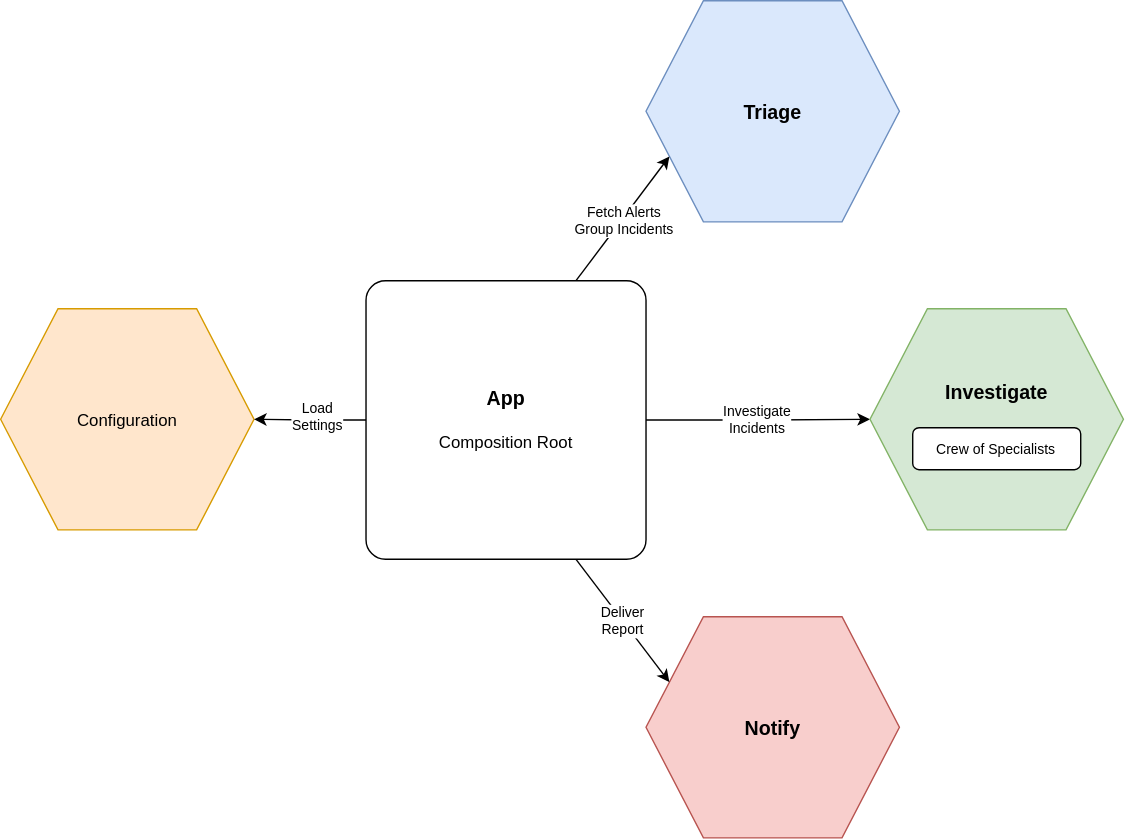
Above: docs/diagrams/overview.drawio.svg in EduardoFLima/alert-triage (draw.io), before the change. Source tidied: cells renumbered, new cells last; positions are measured from the earlier drawing's top-left corner, leaving out a move shared by most shapes.
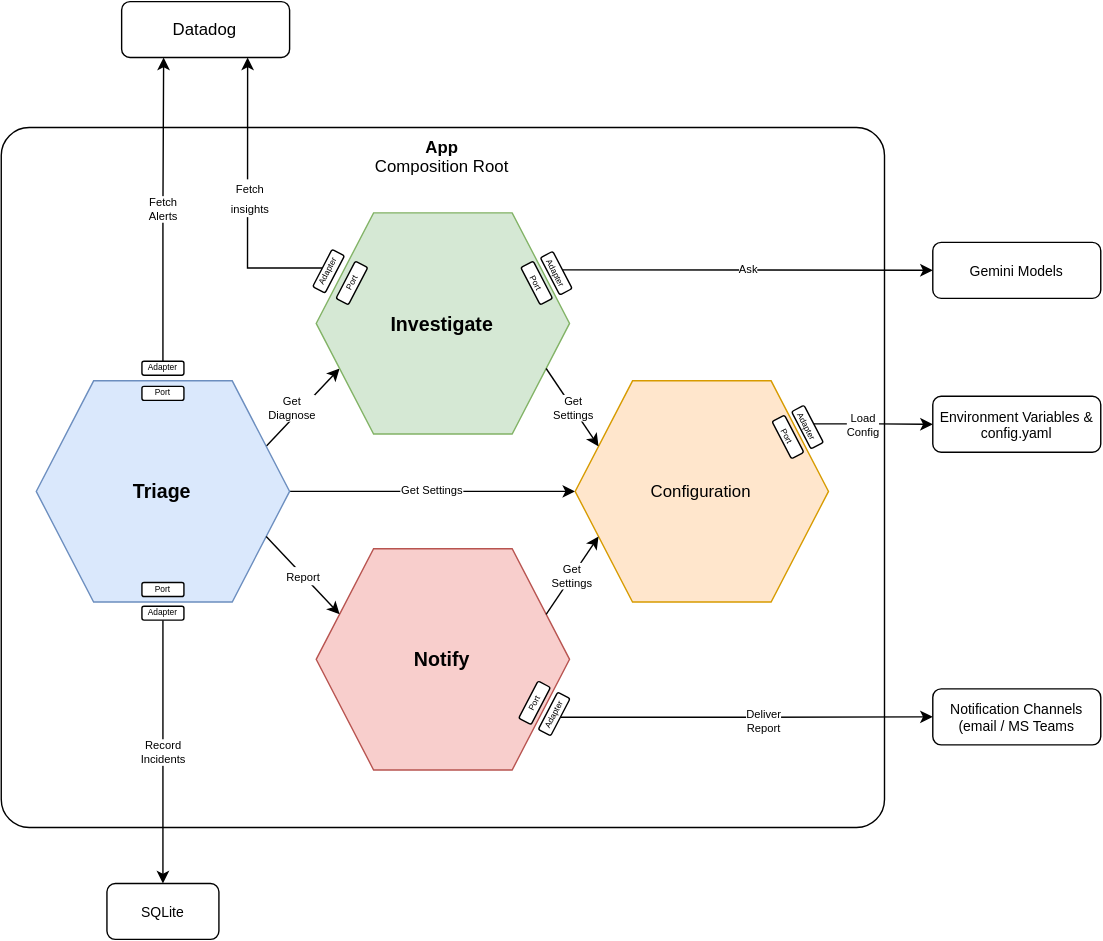
The same file after the commit.

Diff of the diagram source:
```diff
@@ -2,44 +2,129 @@
   <root>
     <mxCell id="0" />
     <mxCell id="1" parent="0" />
-    <mxCell id="2" value="Triage" style="shape=hexagon;perimeter=hexagonPerimeter2;whiteSpace=wrap;html=1;shapeInside=1;fixedSize=1;size=41;fontSize=14;fontStyle=1;fillColor=#dae8fc;strokeColor=#6c8ebf;" parent="1" vertex="1">
-      <mxGeometry x="461" width="181" height="158" as="geometry" />
+    <mxCell id="2" value="&lt;b&gt;App&lt;br&gt;&lt;/b&gt;Composition Root" style="rounded=1;whiteSpace=wrap;html=1;verticalAlign=top;strokeColor=default;fillColor=none;arcSize=4;" parent="1" vertex="1">
+      <mxGeometry x="461" width="631" height="500" as="geometry" />
     </mxCell>
-    <mxCell id="3" value="Notify" style="shape=hexagon;perimeter=hexagonPerimeter2;whiteSpace=wrap;html=1;shapeInside=1;fixedSize=1;size=41;fontSize=14;fontStyle=1;fillColor=#f8cecc;strokeColor=#b85450;" parent="1" vertex="1">
-      <mxGeometry x="461" y="440" width="181" height="158" as="geometry" />
+    <mxCell id="3" style="rounded=0;jettySize=auto;html=1;entryX=0;entryY=0.75;entryDx=0;entryDy=0;exitX=1;exitY=0.25;exitDx=0;exitDy=0;" parent="1" edge="1" source="8" target="13">
+      <mxGeometry relative="1" as="geometry" />
     </mxCell>
-    <mxCell id="4" value="Configuration" style="shape=hexagon;perimeter=hexagonPerimeter2;whiteSpace=wrap;html=1;shapeInside=1;fixedSize=1;size=41;fillColor=#ffe6cc;strokeColor=#d79b00;" parent="1" vertex="1">
-      <mxGeometry y="220" width="181" height="158" as="geometry" />
+    <mxCell id="4" value="&lt;div&gt;Get&lt;/div&gt;&lt;div&gt;&lt;span style=&quot;background-color: light-dark(#ffffff, var(--ge-dark-color, #121212)); color: light-dark(rgb(0, 0, 0), rgb(255, 255, 255));&quot;&gt;Diagnose&lt;/span&gt;&lt;/div&gt;" style="edgeLabel;html=1;align=center;verticalAlign=middle;points=[];fontSize=8;" parent="3" vertex="1">
+      <mxGeometry x="0.03" y="-1" relative="1" as="geometry">
+        <mxPoint x="-11" as="offset" />
+      </mxGeometry>
     </mxCell>
-    <mxCell id="5" style="edgeStyle=orthogonalEdgeStyle;rounded=0;jettySize=auto;html=1;entryX=1;entryY=0.5;entryDx=0;entryDy=0;exitX=0;exitY=0.5;exitDx=0;exitDy=0;" parent="1" edge="1" source="14" target="4">
+    <mxCell id="5" value="&lt;font&gt;Get Settings&lt;/font&gt;" style="edgeStyle=orthogonalEdgeStyle;rounded=0;jettySize=auto;html=1;fontSize=8;" parent="1" edge="1" source="8" target="20">
       <mxGeometry relative="1" as="geometry" />
     </mxCell>
-    <mxCell id="6" value="Load&lt;br&gt;Settings" style="edgeLabel;html=1;align=center;verticalAlign=middle;fontSize=10;" parent="5" vertex="1">
-      <mxGeometry x="-0.12" y="-3" relative="1" as="geometry" />
+    <mxCell id="6" value="Fetch&lt;br&gt;Alerts" style="edgeStyle=orthogonalEdgeStyle;rounded=0;jettySize=auto;html=1;fontSize=8;entryX=0.25;entryY=1;entryDx=0;entryDy=0;exitX=0.5;exitY=0;exitDx=0;exitDy=0;" parent="1" edge="1" source="34" target="23">
+      <mxGeometry relative="1" as="geometry" />
     </mxCell>
-    <mxCell id="7" style="rounded=0;jettySize=auto;html=1;entryX=0;entryY=0.75;entryDx=0;entryDy=0;exitX=0.75;exitY=0;exitDx=0;exitDy=0;" parent="1" edge="1" source="14" target="2">
+    <mxCell id="7" value="Record&lt;br&gt;Incidents" style="edgeStyle=orthogonalEdgeStyle;rounded=0;jettySize=auto;html=1;entryX=0.5;entryY=0;entryDx=0;entryDy=0;fontSize=8;exitX=0.5;exitY=1;exitDx=0;exitDy=0;" parent="1" edge="1" source="35" target="30">
       <mxGeometry relative="1" as="geometry" />
     </mxCell>
-    <mxCell id="8" value="Fetch Alerts&lt;br&gt;Group Incidents" style="edgeLabel;html=1;align=center;verticalAlign=middle;points=[];fontSize=10;" parent="7" vertex="1">
-      <mxGeometry x="-0.02" y="-1" relative="1" as="geometry" />
+    <mxCell id="8" value="Triage" style="shape=hexagon;perimeter=hexagonPerimeter2;whiteSpace=wrap;html=1;shapeInside=1;fixedSize=1;size=41;fontSize=14;fontStyle=1;fillColor=#dae8fc;strokeColor=#6c8ebf;" parent="1" vertex="1">
+      <mxGeometry x="486" y="180.9" width="181" height="158" as="geometry" />
     </mxCell>
-    <mxCell id="9" value="&lt;font&gt;Investigate&lt;br&gt;Incidents&lt;/font&gt;" style="edgeStyle=orthogonalEdgeStyle;rounded=0;jettySize=auto;html=1;exitX=1;exitY=0.5;exitDx=0;exitDy=0;fontSize=10;" parent="1" edge="1" source="14" target="11">
+    <mxCell id="9" style="edgeStyle=orthogonalEdgeStyle;rounded=0;jettySize=auto;html=1;entryX=0;entryY=0.5;entryDx=0;entryDy=0;exitX=0.5;exitY=1;exitDx=0;exitDy=0;" parent="1" edge="1" source="36" target="26">
       <mxGeometry relative="1" as="geometry" />
     </mxCell>
-    <mxCell id="10" style="group;" parent="1" vertex="1">
-      <mxGeometry x="621" y="220" width="181" height="158" as="geometry" />
+    <mxCell id="10" value="Deliver&lt;div&gt;Report&lt;/div&gt;" style="edgeLabel;html=1;align=center;verticalAlign=middle;fontSize=8;" parent="9" vertex="1">
+      <mxGeometry x="0.08" y="-3" relative="1" as="geometry" />
     </mxCell>
-    <mxCell id="11" value="Investigate" style="shape=hexagon;perimeter=hexagonPerimeter2;whiteSpace=wrap;html=1;shapeInside=1;fixedSize=1;size=41;spacingTop=-40;spacing=0;fontSize=14;fontStyle=1;fillColor=#d5e8d4;strokeColor=#82b366;" parent="10" vertex="1">
-      <mxGeometry width="181" height="158" as="geometry" />
+    <mxCell id="11" value="Notify" style="shape=hexagon;perimeter=hexagonPerimeter2;whiteSpace=wrap;html=1;shapeInside=1;fixedSize=1;size=41;fontSize=14;fontStyle=1;fillColor=#f8cecc;strokeColor=#b85450;" parent="1" vertex="1">
+      <mxGeometry x="686" y="300.9" width="181" height="158" as="geometry" />
     </mxCell>
-    <mxCell id="12" value="Crew of Specialists" style="rounded=1;whiteSpace=wrap;html=1;fontSize=10;" parent="10" vertex="1">
-      <mxGeometry x="30.5" y="85" width="120" height="30" as="geometry" />
+    <mxCell id="12" style="group;align=center;verticalAlign=middle;" parent="1" vertex="1">
+      <mxGeometry x="686" y="60.9" width="198" height="158" as="geometry" />
     </mxCell>
-    <mxCell id="13" value="Deliver&lt;br&gt;Report" style="rounded=0;jettySize=auto;html=1;entryX=0;entryY=0.25;entryDx=0;entryDy=0;exitX=0.75;exitY=1;exitDx=0;exitDy=0;fontSize=10;" parent="1" edge="1" source="14" target="3">
-      <mxGeometry relative="1" as="geometry" />
+    <mxCell id="13" value="Investigate" style="shape=hexagon;perimeter=hexagonPerimeter2;whiteSpace=wrap;html=1;shapeInside=1;fixedSize=1;size=41;spacingTop=0;spacing=0;fontSize=14;fontStyle=1;fillColor=#d5e8d4;strokeColor=#82b366;verticalAlign=middle;" parent="12" vertex="1">
+      <mxGeometry width="181" height="158" as="geometry" />
     </mxCell>
-    <mxCell id="14" value="&lt;b&gt;&lt;font style=&quot;font-size: 14px;&quot;&gt;App&lt;/font&gt;&lt;/b&gt;&lt;div&gt;&lt;span style=&quot;font-size: 14px;&quot;&gt;&lt;b&gt;&lt;br&gt;&lt;/b&gt;&lt;/span&gt;Composition Root&lt;/div&gt;" style="rounded=1;whiteSpace=wrap;html=1;arcSize=7;" parent="1" vertex="1">
-      <mxGeometry x="261" y="200" width="200" height="199" as="geometry" />
+    <mxCell id="14" value="Port" style="rounded=1;whiteSpace=wrap;html=1;rotation=62.5;fontSize=6;" parent="12" vertex="1">
+      <mxGeometry x="142.5" y="45.1" width="30" height="10" as="geometry" />
     </mxCell>
+    <mxCell id="15" value="Port" style="rounded=1;whiteSpace=wrap;html=1;rotation=297.5;fontSize=6;" parent="12" vertex="1">
+      <mxGeometry x="10.5" y="45.1" width="30" height="10" as="geometry" />
+    </mxCell>
+    <mxCell id="16" value="Adapter" style="rounded=1;whiteSpace=wrap;html=1;rotation=62.5;fontSize=6;" parent="12" vertex="1">
+      <mxGeometry x="156.5" y="38.1" width="30" height="10" as="geometry" />
+    </mxCell>
+    <mxCell id="17" value="&lt;font style=&quot;font-size: 8px;&quot;&gt;Report&lt;/font&gt;" style="rounded=0;jettySize=auto;html=1;entryX=0;entryY=0.25;entryDx=0;entryDy=0;exitX=1;exitY=0.75;exitDx=0;exitDy=0;" parent="1" edge="1" source="8" target="11">
+      <mxGeometry relative="1" as="geometry" />
+    </mxCell>
+    <mxCell id="18" style="edgeStyle=orthogonalEdgeStyle;rounded=0;jettySize=auto;html=1;entryX=0;entryY=0.5;entryDx=0;entryDy=0;fontSize=8;exitX=0.5;exitY=0;exitDx=0;exitDy=0;" parent="1" edge="1" source="39" target="29">
+      <mxGeometry relative="1" as="geometry" />
+    </mxCell>
+    <mxCell id="19" value="&lt;font&gt;Load&lt;br&gt;Config&lt;/font&gt;" style="edgeLabel;html=1;align=center;verticalAlign=middle;fontSize=8;" parent="18" vertex="1">
+      <mxGeometry x="0.01" y="-2" relative="1" as="geometry">
+        <mxPoint x="-8" y="-2" as="offset" />
+      </mxGeometry>
+    </mxCell>
+    <mxCell id="20" value="Configuration" style="shape=hexagon;perimeter=hexagonPerimeter2;whiteSpace=wrap;html=1;shapeInside=1;fixedSize=1;size=41;fillColor=#ffe6cc;strokeColor=#d79b00;" parent="1" vertex="1">
+      <mxGeometry x="871" y="180.9" width="181" height="158" as="geometry" />
+    </mxCell>
+    <mxCell id="21" value="&lt;font&gt;Get&lt;br&gt;Settings&lt;/font&gt;" style="rounded=0;jettySize=auto;html=1;entryX=0;entryY=0.75;entryDx=0;entryDy=0;exitX=1;exitY=0.25;exitDx=0;exitDy=0;fontSize=8;" parent="1" edge="1" source="11" target="20">
+      <mxGeometry relative="1" as="geometry" />
+    </mxCell>
+    <mxCell id="22" value="&lt;font&gt;Get&lt;br&gt;Settings&lt;/font&gt;" style="rounded=0;jettySize=auto;html=1;entryX=0;entryY=0.25;entryDx=0;entryDy=0;exitX=1;exitY=0.75;exitDx=0;exitDy=0;fontSize=8;" parent="1" edge="1" source="13" target="20">
+      <mxGeometry x="0.01" relative="1" as="geometry" />
+    </mxCell>
+    <mxCell id="23" value="Datadog" style="rounded=1;whiteSpace=wrap;html=1;rotation=0;" parent="1" vertex="1">
+      <mxGeometry x="547" y="-90" width="120" height="40" as="geometry" />
+    </mxCell>
+    <mxCell id="24" style="edgeStyle=orthogonalEdgeStyle;rounded=0;jettySize=auto;html=1;exitX=0.5;exitY=0;exitDx=0;exitDy=0;entryX=0.75;entryY=1;entryDx=0;entryDy=0;" parent="1" edge="1" source="37" target="23">
+      <mxGeometry relative="1" as="geometry">
+        <Array as="points">
+          <mxPoint x="637" y="100.3" />
+        </Array>
+      </mxGeometry>
+    </mxCell>
+    <mxCell id="25" value="&lt;font style=&quot;font-size: 8px;&quot;&gt;Fetch&lt;br&gt;insights&lt;/font&gt;" style="edgeLabel;html=1;align=center;verticalAlign=middle;" parent="24" vertex="1">
+      <mxGeometry x="-0.13" y="2" relative="1" as="geometry">
+        <mxPoint x="3" y="-15" as="offset" />
+      </mxGeometry>
+    </mxCell>
+    <mxCell id="26" value="Notification Channels&lt;br&gt;(email / MS Teams" style="rounded=1;whiteSpace=wrap;html=1;rotation=0;fontSize=10;" parent="1" vertex="1">
+      <mxGeometry x="1126.5" y="401" width="120" height="40" as="geometry" />
+    </mxCell>
+    <mxCell id="27" value="Gemini Models" style="rounded=1;whiteSpace=wrap;html=1;rotation=0;fontSize=10;" parent="1" vertex="1">
+      <mxGeometry x="1126.5" y="82" width="120" height="40" as="geometry" />
+    </mxCell>
+    <mxCell id="28" value="Ask" style="edgeStyle=orthogonalEdgeStyle;rounded=0;jettySize=auto;html=1;exitX=0.5;exitY=0;exitDx=0;exitDy=0;fontSize=8;" parent="1" edge="1" source="16" target="27">
+      <mxGeometry relative="1" as="geometry" />
+    </mxCell>
+    <mxCell id="29" value="Environment Variables &amp;amp; config.yaml" style="rounded=1;whiteSpace=wrap;html=1;rotation=0;fontSize=10;fillColor=default;" parent="1" vertex="1">
+      <mxGeometry x="1126.5" y="192" width="120" height="40" as="geometry" />
+    </mxCell>
+    <mxCell id="30" value="SQLite" style="rounded=1;whiteSpace=wrap;html=1;rotation=0;fontSize=10;" parent="1" vertex="1">
+      <mxGeometry x="536.5" y="540" width="80" height="40" as="geometry" />
+    </mxCell>
+    <mxCell id="31" value="Port" style="rounded=1;whiteSpace=wrap;html=1;rotation=297.5;fontSize=6;" parent="1" vertex="1">
+      <mxGeometry x="827" y="406" width="30" height="10" as="geometry" />
+    </mxCell>
+    <mxCell id="32" value="Port" style="rounded=1;whiteSpace=wrap;html=1;rotation=0;fontSize=6;" parent="1" vertex="1">
+      <mxGeometry x="561.5" y="184.9" width="30" height="10" as="geometry" />
+    </mxCell>
+    <mxCell id="33" value="Port" style="rounded=1;whiteSpace=wrap;html=1;rotation=0;fontSize=6;" parent="1" vertex="1">
+      <mxGeometry x="561.5" y="325" width="30" height="10" as="geometry" />
+    </mxCell>
+    <mxCell id="34" value="Adapter" style="rounded=1;whiteSpace=wrap;html=1;rotation=0;fontSize=6;" parent="1" vertex="1">
+      <mxGeometry x="561.5" y="166.9" width="30" height="10" as="geometry" />
+    </mxCell>
+    <mxCell id="35" value="Adapter" style="rounded=1;whiteSpace=wrap;html=1;rotation=0;fontSize=6;" parent="1" vertex="1">
+      <mxGeometry x="561.5" y="341.9" width="30" height="10" as="geometry" />
+    </mxCell>
+    <mxCell id="36" value="Adapter" style="rounded=1;whiteSpace=wrap;html=1;rotation=297.5;fontSize=6;" parent="1" vertex="1">
+      <mxGeometry x="841" y="414" width="30" height="10" as="geometry" />
+    </mxCell>
+    <mxCell id="37" value="Adapter" style="rounded=1;whiteSpace=wrap;html=1;rotation=297.5;fontSize=6;" parent="1" vertex="1">
+      <mxGeometry x="679.9" y="97.6" width="30" height="10" as="geometry" />
+    </mxCell>
+    <mxCell id="38" value="Port" style="rounded=1;whiteSpace=wrap;html=1;rotation=62.5;fontSize=6;" parent="1" vertex="1">
+      <mxGeometry x="1008" y="216" width="30" height="10" as="geometry" />
+    </mxCell>
+    <mxCell id="39" value="Adapter" style="rounded=1;whiteSpace=wrap;html=1;rotation=62.5;fontSize=6;" parent="1" vertex="1">
+      <mxGeometry x="1022" y="209" width="30" height="10" as="geometry" />
+    </mxCell>
   </root>
 </mxGraphModel>
```
